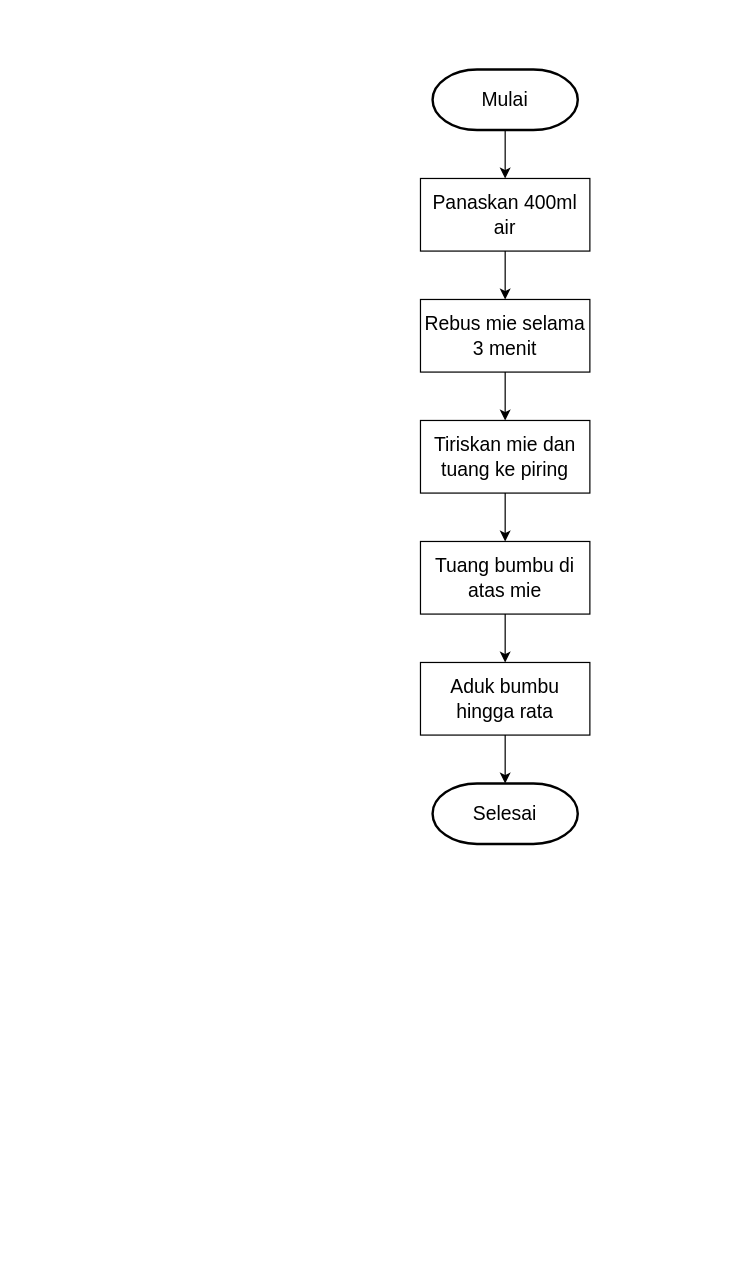
Above: tugas-001/memasak_mie_instant.drawio in HarisHerdiansyah/tugas-alprog (draw.io), before the change. Source tidied: cells renumbered, new cells numbered last; positions are measured from the earlier drawing's top-left corner, leaving out a move shared by most shapes. Both pictures are drawn from the tidied source at 121%, with x=0, y=0 at pixel (420, 69).
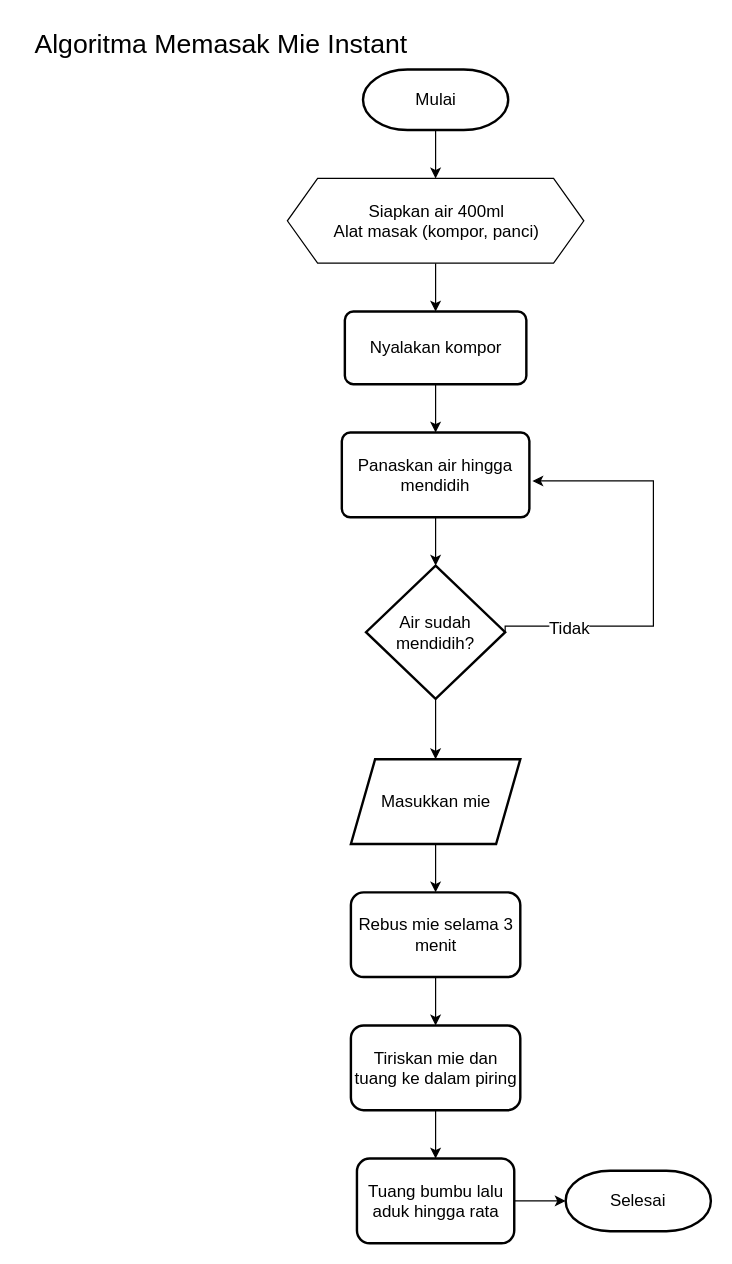
Above is the later version.

Change to the diagram source:
```diff
@@
+    <mxCell id="15" style="edgeStyle=orthogonalEdgeStyle;rounded=0;jettySize=auto;html=1;exitX=1;exitY=0.5;exitDx=0;exitDy=0;exitPerimeter=0;" parent="1" edge="1" source="26">
+      <mxGeometry relative="1" as="geometry">
+        <mxPoint x="92.5" y="340" as="targetPoint" />
+        <Array as="points">
+          <mxPoint x="70.5" y="460" />
+          <mxPoint x="192.5" y="460" />
+        </Array>
+      </mxGeometry>
+    </mxCell>
+    <mxCell id="16" value="&lt;font style=&quot;font-size: 14px;&quot;&gt;Tidak&lt;/font&gt;" style="edgeLabel;html=1;align=center;verticalAlign=middle;" parent="15" vertex="1">
+      <mxGeometry x="-0.02" relative="1" as="geometry">
+        <mxPoint x="-70" y="44" as="offset" />
+      </mxGeometry>
+    </mxCell>
+    <mxCell id="17" value="&lt;font style=&quot;font-size: 22px;&quot;&gt;Algoritma Memasak Mie Instant&lt;/font&gt;" style="text;html=1;align=center;verticalAlign=middle;strokeColor=none;fillColor=none;" parent="1" vertex="1">
+      <mxGeometry x="-330" y="-40" width="330" height="40" as="geometry" />
+    </mxCell>
+    <mxCell id="18" style="edgeStyle=orthogonalEdgeStyle;rounded=0;jettySize=auto;html=1;" parent="1" edge="1" source="2" target="20">
+      <mxGeometry relative="1" as="geometry" />
+    </mxCell>
-    <mxCell id="2" value="&lt;p style=&quot;font-size: 16px;&quot;&gt;Mulai&lt;/p&gt;" style="strokeWidth=2;html=1;shape=mxgraph.flowchart.terminator;whiteSpace=wrap;fontSize=16;" parent="1" vertex="1">
-      <mxGeometry x="10" width="120" height="50" as="geometry" />
+    <mxCell id="2" value="&lt;font style=&quot;font-size: 14px;&quot;&gt;Mulai&lt;/font&gt;" style="strokeWidth=2;html=1;shape=mxgraph.flowchart.terminator;whiteSpace=wrap;" parent="1" vertex="1">
+      <mxGeometry x="-47.5" width="120" height="50" as="geometry" />
     </mxCell>
-    <mxCell id="3" style="endArrow=classic;html=1;rounded=0;exitX=0.5;exitY=1;exitDx=0;exitDy=0;exitPerimeter=0;" parent="1" edge="1" source="2">
-      <mxGeometry relative="1" as="geometry">
-        <mxPoint x="70" y="90" as="targetPoint" />
-      </mxGeometry>
-    </mxCell>
-    <mxCell id="4" value="&lt;font style=&quot;font-size: 16px;&quot;&gt;Panaskan 400ml air&lt;/font&gt;" style="rounded=0;whiteSpace=wrap;html=1;" parent="1" vertex="1">
-      <mxGeometry y="90" width="140" height="60" as="geometry" />
-    </mxCell>
-    <mxCell id="5" style="endArrow=classic;html=1;rounded=0;exitX=0.5;exitY=1;exitDx=0;exitDy=0;" parent="1" edge="1" source="4">
-      <mxGeometry relative="1" as="geometry">
-        <mxPoint x="70" y="190" as="targetPoint" />
-      </mxGeometry>
-    </mxCell>
+    <mxCell id="19" style="edgeStyle=orthogonalEdgeStyle;rounded=0;jettySize=auto;html=1;" parent="1" edge="1" source="20" target="22">
+      <mxGeometry relative="1" as="geometry" />
+    </mxCell>
+    <mxCell id="20" value="&lt;font style=&quot;font-size: 14px;&quot;&gt;Siapkan air 400ml&lt;/font&gt;&lt;div style=&quot;font-size: 14px;&quot;&gt;&lt;font style=&quot;font-size: 14px;&quot;&gt;Alat masak (kompor, panci)&lt;/font&gt;&lt;/div&gt;" style="verticalLabelPosition=middle;verticalAlign=middle;html=1;shape=hexagon;perimeter=hexagonPerimeter2;arcSize=6;size=0.10204081632653061;labelPosition=center;align=center;" parent="1" vertex="1">
+      <mxGeometry x="-110" y="90" width="245" height="70" as="geometry" />
+    </mxCell>
+    <mxCell id="21" style="edgeStyle=orthogonalEdgeStyle;rounded=0;jettySize=auto;html=1;" parent="1" edge="1" source="22" target="24">
+      <mxGeometry relative="1" as="geometry" />
+    </mxCell>
+    <mxCell id="22" value="&lt;font style=&quot;font-size: 14px;&quot;&gt;Nyalakan kompor&lt;/font&gt;" style="rounded=1;whiteSpace=wrap;html=1;absoluteArcSize=1;arcSize=14;strokeWidth=2;" parent="1" vertex="1">
+      <mxGeometry x="-62.5" y="200" width="150" height="60" as="geometry" />
+    </mxCell>
+    <mxCell id="23" style="edgeStyle=orthogonalEdgeStyle;rounded=0;jettySize=auto;html=1;" parent="1" edge="1" source="24" target="26">
+      <mxGeometry relative="1" as="geometry" />
+    </mxCell>
+    <mxCell id="24" value="&lt;font style=&quot;font-size: 14px;&quot;&gt;Panaskan air hingga mendidih&lt;/font&gt;" style="rounded=1;whiteSpace=wrap;html=1;absoluteArcSize=1;arcSize=14;strokeWidth=2;" parent="1" vertex="1">
+      <mxGeometry x="-65" y="300" width="155" height="70" as="geometry" />
+    </mxCell>
+    <mxCell id="25" style="edgeStyle=orthogonalEdgeStyle;rounded=0;jettySize=auto;html=1;" parent="1" edge="1" source="26" target="28">
+      <mxGeometry relative="1" as="geometry" />
+    </mxCell>
+    <mxCell id="26" value="&lt;font style=&quot;font-size: 14px;&quot;&gt;Air sudah&lt;/font&gt;&lt;div style=&quot;font-size: 14px;&quot;&gt;&lt;font style=&quot;font-size: 14px;&quot;&gt;mendidih?&lt;/font&gt;&lt;/div&gt;" style="strokeWidth=2;html=1;shape=mxgraph.flowchart.decision;whiteSpace=wrap;" parent="1" vertex="1">
+      <mxGeometry x="-45" y="410" width="115" height="110" as="geometry" />
+    </mxCell>
+    <mxCell id="27" style="edgeStyle=orthogonalEdgeStyle;rounded=0;jettySize=auto;html=1;" parent="1" edge="1" source="28" target="6">
+      <mxGeometry relative="1" as="geometry" />
+    </mxCell>
+    <mxCell id="28" value="&lt;font style=&quot;font-size: 14px;&quot;&gt;Masukkan mie&lt;/font&gt;" style="shape=parallelogram;perimeter=parallelogramPerimeter;whiteSpace=wrap;html=1;fixedSize=1;strokeWidth=2;" parent="1" vertex="1">
+      <mxGeometry x="-57.5" y="570" width="140" height="70" as="geometry" />
+    </mxCell>
+    <mxCell id="29" style="edgeStyle=orthogonalEdgeStyle;rounded=0;jettySize=auto;html=1;" parent="1" edge="1" source="6">
+      <mxGeometry relative="1" as="geometry">
+        <mxPoint x="12.5" y="790" as="targetPoint" />
+      </mxGeometry>
+    </mxCell>
-    <mxCell id="6" value="&lt;font style=&quot;font-size: 16px;&quot;&gt;Rebus mie selama 3 menit&lt;/font&gt;" style="rounded=0;whiteSpace=wrap;html=1;" parent="1" vertex="1">
-      <mxGeometry y="190" width="140" height="60" as="geometry" />
+    <mxCell id="6" value="&lt;font style=&quot;font-size: 14px;&quot;&gt;Rebus mie selama 3 menit&lt;/font&gt;" style="rounded=1;whiteSpace=wrap;html=1;strokeWidth=2;" parent="1" vertex="1">
+      <mxGeometry x="-57.5" y="680" width="140" height="70" as="geometry" />
     </mxCell>
-    <mxCell id="7" style="endArrow=classic;html=1;rounded=0;exitX=0.5;exitY=1;exitDx=0;exitDy=0;" parent="1" edge="1" source="6">
-      <mxGeometry relative="1" as="geometry">
-        <mxPoint x="70" y="290" as="targetPoint" />
-      </mxGeometry>
-    </mxCell>
-    <mxCell id="8" value="&lt;span style=&quot;font-size: 16px;&quot;&gt;Tiriskan mie dan tuang ke piring&lt;/span&gt;" style="rounded=0;whiteSpace=wrap;html=1;" parent="1" vertex="1">
-      <mxGeometry y="290" width="140" height="60" as="geometry" />
-    </mxCell>
-    <mxCell id="9" style="endArrow=classic;html=1;rounded=0;exitX=0.5;exitY=1;exitDx=0;exitDy=0;" parent="1" edge="1" source="8">
-      <mxGeometry relative="1" as="geometry">
-        <mxPoint x="70" y="390" as="targetPoint" />
-      </mxGeometry>
-    </mxCell>
-    <mxCell id="10" value="&lt;span style=&quot;font-size: 16px;&quot;&gt;Tuang bumbu di atas mie&lt;/span&gt;" style="rounded=0;whiteSpace=wrap;html=1;" parent="1" vertex="1">
-      <mxGeometry y="390" width="140" height="60" as="geometry" />
-    </mxCell>
-    <mxCell id="11" style="endArrow=classic;html=1;rounded=0;exitX=0.5;exitY=1;exitDx=0;exitDy=0;" parent="1" edge="1" source="10">
-      <mxGeometry relative="1" as="geometry">
-        <mxPoint x="70" y="490" as="targetPoint" />
-      </mxGeometry>
-    </mxCell>
-    <mxCell id="12" value="&lt;span style=&quot;font-size: 16px;&quot;&gt;Aduk bumbu hingga rata&lt;/span&gt;" style="rounded=0;whiteSpace=wrap;html=1;" parent="1" vertex="1">
-      <mxGeometry y="490" width="140" height="60" as="geometry" />
-    </mxCell>
-    <mxCell id="13" style="endArrow=classic;html=1;rounded=0;exitX=0.5;exitY=1;exitDx=0;exitDy=0;" parent="1" edge="1" source="12">
-      <mxGeometry relative="1" as="geometry">
-        <mxPoint x="70" y="590" as="targetPoint" />
-      </mxGeometry>
-    </mxCell>
+    <mxCell id="30" style="edgeStyle=orthogonalEdgeStyle;rounded=0;jettySize=auto;html=1;" parent="1" edge="1" source="31" target="33">
+      <mxGeometry relative="1" as="geometry" />
+    </mxCell>
+    <mxCell id="31" value="&lt;font style=&quot;font-size: 14px;&quot;&gt;Tiriskan mie dan tuang ke dalam piring&lt;/font&gt;" style="rounded=1;whiteSpace=wrap;html=1;strokeWidth=2;" parent="1" vertex="1">
+      <mxGeometry x="-57.5" y="790" width="140" height="70" as="geometry" />
+    </mxCell>
+    <mxCell id="32" style="edgeStyle=orthogonalEdgeStyle;rounded=0;jettySize=auto;html=1;" parent="1" edge="1" source="33" target="14">
+      <mxGeometry relative="1" as="geometry" />
+    </mxCell>
+    <mxCell id="33" value="&lt;font style=&quot;font-size: 14px;&quot;&gt;Tuang bumbu lalu aduk hingga rata&lt;/font&gt;" style="rounded=1;whiteSpace=wrap;html=1;strokeWidth=2;" parent="1" vertex="1">
+      <mxGeometry x="-52.5" y="900" width="130" height="70" as="geometry" />
+    </mxCell>
-    <mxCell id="14" value="&lt;p style=&quot;font-size: 16px;&quot;&gt;Selesai&lt;/p&gt;" style="strokeWidth=2;html=1;shape=mxgraph.flowchart.terminator;whiteSpace=wrap;fontSize=16;" parent="1" vertex="1">
-      <mxGeometry x="10" y="590" width="120" height="50" as="geometry" />
+    <mxCell id="14" value="&lt;font style=&quot;font-size: 14px;&quot;&gt;Selesai&lt;/font&gt;" style="strokeWidth=2;html=1;shape=mxgraph.flowchart.terminator;whiteSpace=wrap;" parent="1" vertex="1">
+      <mxGeometry x="120" y="910" width="120" height="50" as="geometry" />
     </mxCell>
```
